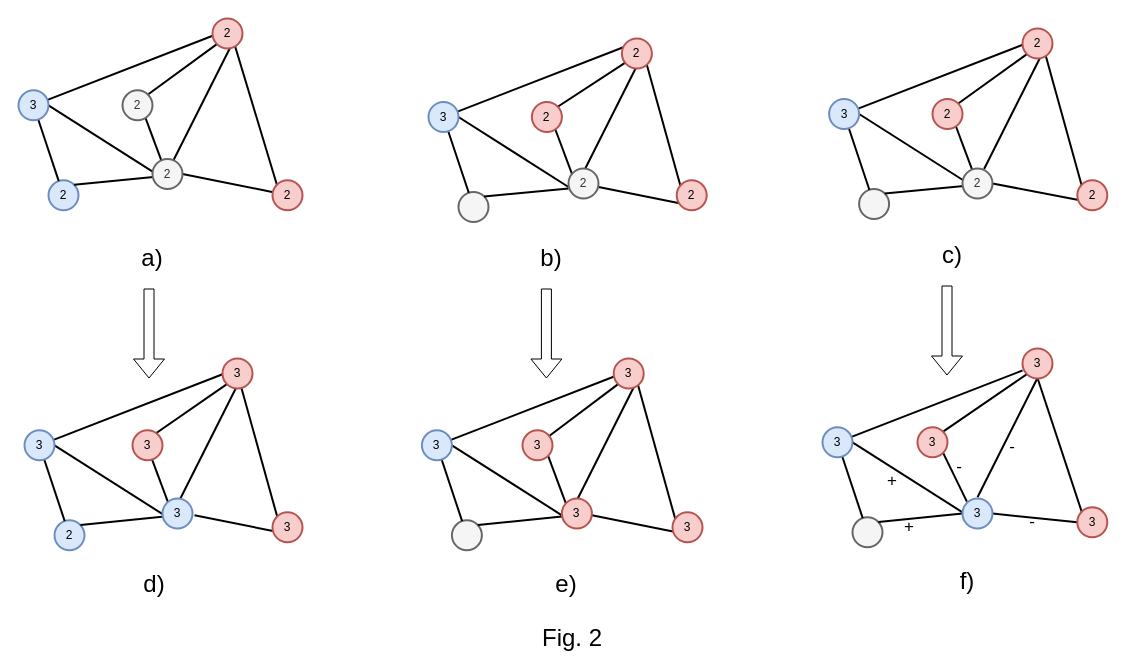
Earlier version of the draw.io diagram page "第 6 页" (6 of 7) of attention embedding.drawio (zjtone/RL-Note). Source tidied: cells renumbered, new cells numbered last; positions are measured from the earlier drawing's top-left corner, leaving out a move shared by most shapes. Both pictures are drawn from the tidied source at 100%, with x=0, y=0 at pixel (18, 18).
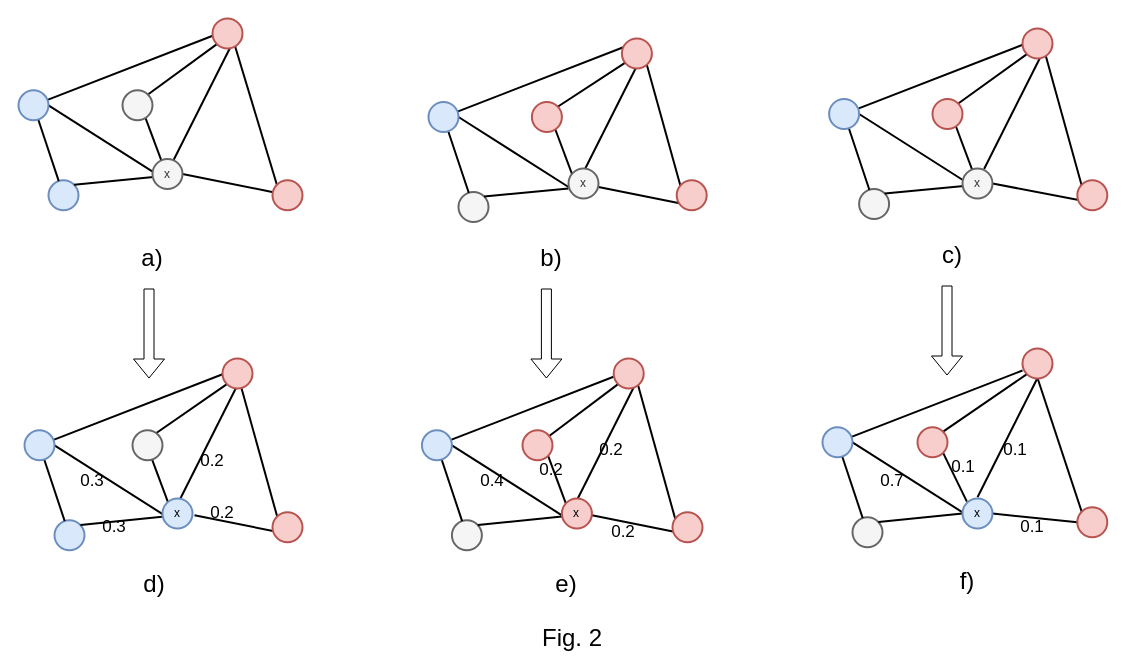
Above is the later version.

What changed in the source:
```diff
@@
-    <mxCell id="2" value="2" style="ellipse;whiteSpace=wrap;html=1;fillColor=#dae8fc;strokeColor=#6c8ebf;strokeWidth=2;" parent="1" vertex="1">
+    <mxCell id="2" style="ellipse;whiteSpace=wrap;html=1;fillColor=#dae8fc;strokeColor=#6c8ebf;strokeWidth=2;" parent="1" vertex="1">
       <mxGeometry x="30" y="161.8" width="30" height="30" as="geometry" />
     </mxCell>
@@
-    <mxCell id="6" value="3" style="ellipse;whiteSpace=wrap;html=1;fillColor=#dae8fc;strokeColor=#6c8ebf;strokeWidth=2;" parent="1" vertex="1">
+    <mxCell id="6" style="ellipse;whiteSpace=wrap;html=1;fillColor=#dae8fc;strokeColor=#6c8ebf;strokeWidth=2;" parent="1" vertex="1">
       <mxGeometry y="71.8" width="30" height="30" as="geometry" />
     </mxCell>
@@
-    <mxCell id="18" value="3" style="ellipse;whiteSpace=wrap;html=1;fillColor=#dae8fc;strokeColor=#6c8ebf;strokeWidth=2;" parent="1" vertex="1">
+    <mxCell id="18" style="ellipse;whiteSpace=wrap;html=1;fillColor=#dae8fc;strokeColor=#6c8ebf;strokeWidth=2;" parent="1" vertex="1">
       <mxGeometry x="410" y="83.5" width="30" height="30" as="geometry" />
     </mxCell>
@@
-    <mxCell id="26" value="2" style="ellipse;whiteSpace=wrap;html=1;fillColor=#dae8fc;strokeColor=#6c8ebf;strokeWidth=2;" parent="1" vertex="1">
+    <mxCell id="26" style="ellipse;whiteSpace=wrap;html=1;fillColor=#dae8fc;strokeColor=#6c8ebf;strokeWidth=2;" parent="1" vertex="1">
       <mxGeometry x="36" y="501.8" width="30" height="30" as="geometry" />
     </mxCell>
@@
-    <mxCell id="30" value="3" style="ellipse;whiteSpace=wrap;html=1;fillColor=#dae8fc;strokeColor=#6c8ebf;strokeWidth=2;" parent="1" vertex="1">
+    <mxCell id="30" style="ellipse;whiteSpace=wrap;html=1;fillColor=#dae8fc;strokeColor=#6c8ebf;strokeWidth=2;" parent="1" vertex="1">
       <mxGeometry x="6" y="411.8" width="30" height="30" as="geometry" />
     </mxCell>
@@
-    <mxCell id="42" value="3" style="ellipse;whiteSpace=wrap;html=1;fillColor=#dae8fc;strokeColor=#6c8ebf;strokeWidth=2;" parent="1" vertex="1">
+    <mxCell id="42" style="ellipse;whiteSpace=wrap;html=1;fillColor=#dae8fc;strokeColor=#6c8ebf;strokeWidth=2;" parent="1" vertex="1">
       <mxGeometry x="403.4" y="411.8" width="30" height="30" as="geometry" />
     </mxCell>
@@
-    <mxCell id="61" value="3" style="ellipse;whiteSpace=wrap;html=1;fillColor=#dae8fc;strokeColor=#6c8ebf;strokeWidth=2;" parent="1" vertex="1">
+    <mxCell id="61" style="ellipse;whiteSpace=wrap;html=1;fillColor=#dae8fc;strokeColor=#6c8ebf;strokeWidth=2;" parent="1" vertex="1">
       <mxGeometry x="810.6" y="80.5" width="30" height="30" as="geometry" />
     </mxCell>
@@
-    <mxCell id="73" value="3" style="ellipse;whiteSpace=wrap;html=1;fillColor=#dae8fc;strokeColor=#6c8ebf;strokeWidth=2;" parent="1" vertex="1">
+    <mxCell id="73" style="ellipse;whiteSpace=wrap;html=1;fillColor=#dae8fc;strokeColor=#6c8ebf;strokeWidth=2;" parent="1" vertex="1">
       <mxGeometry x="804" y="408.8" width="30" height="30" as="geometry" />
     </mxCell>
@@
-    <mxCell id="84" value="+" style="text;html=1;align=center;verticalAlign=middle;whiteSpace=wrap;rounded=0;fontSize=17;" parent="1" vertex="1">
+    <mxCell id="84" value="0.7" style="text;html=1;align=center;verticalAlign=middle;whiteSpace=wrap;rounded=0;fontSize=17;" parent="1" vertex="1">
       <mxGeometry x="854" y="453" width="40" height="20" as="geometry" />
     </mxCell>
-    <mxCell id="85" value="+" style="text;html=1;align=center;verticalAlign=middle;whiteSpace=wrap;rounded=0;fontSize=17;" parent="1" vertex="1">
-      <mxGeometry x="870.6" y="498.8" width="40" height="20" as="geometry" />
-    </mxCell>
-    <mxCell id="86" value="-" style="text;html=1;align=center;verticalAlign=middle;whiteSpace=wrap;rounded=0;fontSize=17;" parent="1" vertex="1">
-      <mxGeometry x="920.6" y="438.8" width="40" height="20" as="geometry" />
+    <mxCell id="86" value="0.1" style="text;html=1;align=center;verticalAlign=middle;whiteSpace=wrap;rounded=0;fontSize=17;" parent="1" vertex="1">
+      <mxGeometry x="924.6" y="438.8" width="40" height="20" as="geometry" />
     </mxCell>
-    <mxCell id="87" value="-" style="text;html=1;align=center;verticalAlign=middle;whiteSpace=wrap;rounded=0;fontSize=17;" parent="1" vertex="1">
-      <mxGeometry x="974" y="418.8" width="40" height="20" as="geometry" />
+    <mxCell id="87" value="0.1" style="text;html=1;align=center;verticalAlign=middle;whiteSpace=wrap;rounded=0;fontSize=17;" parent="1" vertex="1">
+      <mxGeometry x="977" y="421.8" width="40" height="20" as="geometry" />
     </mxCell>
-    <mxCell id="88" value="-" style="text;html=1;align=center;verticalAlign=middle;whiteSpace=wrap;rounded=0;fontSize=17;" parent="1" vertex="1">
-      <mxGeometry x="994" y="493.8" width="40" height="20" as="geometry" />
+    <mxCell id="88" value="0.1" style="text;html=1;align=center;verticalAlign=middle;whiteSpace=wrap;rounded=0;fontSize=17;" parent="1" vertex="1">
+      <mxGeometry x="994" y="498.8" width="40" height="20" as="geometry" />
     </mxCell>
-    <mxCell id="89" value="2" style="ellipse;whiteSpace=wrap;html=1;fillColor=#f8cecc;strokeColor=#b85450;strokeWidth=2;" parent="1" vertex="1">
+    <mxCell id="89" style="ellipse;whiteSpace=wrap;html=1;fillColor=#f8cecc;strokeColor=#b85450;strokeWidth=2;" parent="1" vertex="1">
       <mxGeometry x="194" width="30" height="30" as="geometry" />
     </mxCell>
-    <mxCell id="90" value="2" style="ellipse;whiteSpace=wrap;html=1;fillColor=#f5f5f5;strokeColor=#666666;strokeWidth=2;fontColor=#333333;" parent="1" vertex="1">
+    <mxCell id="90" style="ellipse;whiteSpace=wrap;html=1;fillColor=#f5f5f5;strokeColor=#666666;strokeWidth=2;fontColor=#333333;" parent="1" vertex="1">
       <mxGeometry x="104" y="71.8" width="30" height="30" as="geometry" />
     </mxCell>
-    <mxCell id="91" value="2" style="ellipse;whiteSpace=wrap;html=1;fillColor=#f5f5f5;strokeColor=#666666;strokeWidth=2;fontColor=#333333;" parent="1" vertex="1">
+    <mxCell id="91" value="x" style="ellipse;whiteSpace=wrap;html=1;fillColor=#f5f5f5;strokeColor=#666666;strokeWidth=2;fontColor=#333333;" parent="1" vertex="1">
       <mxGeometry x="134" y="140.5" width="30" height="30" as="geometry" />
     </mxCell>
-    <mxCell id="92" value="2" style="ellipse;whiteSpace=wrap;html=1;fillColor=#f8cecc;strokeColor=#b85450;strokeWidth=2;" parent="1" vertex="1">
+    <mxCell id="92" style="ellipse;whiteSpace=wrap;html=1;fillColor=#f8cecc;strokeColor=#b85450;strokeWidth=2;" parent="1" vertex="1">
       <mxGeometry x="254" y="161.8" width="30" height="30" as="geometry" />
     </mxCell>
-    <mxCell id="93" value="2" style="ellipse;whiteSpace=wrap;html=1;fillColor=#f5f5f5;strokeColor=#666666;strokeWidth=2;fontColor=#333333;" parent="1" vertex="1">
+    <mxCell id="93" value="x" style="ellipse;whiteSpace=wrap;html=1;fillColor=#f5f5f5;strokeColor=#666666;strokeWidth=2;fontColor=#333333;" parent="1" vertex="1">
       <mxGeometry x="550" y="150" width="30" height="30" as="geometry" />
     </mxCell>
-    <mxCell id="94" value="2" style="ellipse;whiteSpace=wrap;html=1;fillColor=#f8cecc;strokeColor=#b85450;strokeWidth=2;" parent="1" vertex="1">
+    <mxCell id="94" style="ellipse;whiteSpace=wrap;html=1;fillColor=#f8cecc;strokeColor=#b85450;strokeWidth=2;" parent="1" vertex="1">
       <mxGeometry x="658.2" y="161.8" width="30" height="30" as="geometry" />
     </mxCell>
-    <mxCell id="95" value="2" style="ellipse;whiteSpace=wrap;html=1;fillColor=#f8cecc;strokeColor=#b85450;strokeWidth=2;" parent="1" vertex="1">
+    <mxCell id="95" style="ellipse;whiteSpace=wrap;html=1;fillColor=#f8cecc;strokeColor=#b85450;strokeWidth=2;" parent="1" vertex="1">
       <mxGeometry x="603.4" y="20" width="30" height="30" as="geometry" />
     </mxCell>
-    <mxCell id="96" value="2" style="ellipse;whiteSpace=wrap;html=1;fillColor=#f8cecc;strokeColor=#b85450;strokeWidth=2;" parent="1" vertex="1">
+    <mxCell id="96" style="ellipse;whiteSpace=wrap;html=1;fillColor=#f8cecc;strokeColor=#b85450;strokeWidth=2;" parent="1" vertex="1">
       <mxGeometry x="513.4" y="83.5" width="30" height="30" as="geometry" />
     </mxCell>
-    <mxCell id="97" value="2" style="ellipse;whiteSpace=wrap;html=1;fillColor=#f8cecc;strokeColor=#b85450;strokeWidth=2;" parent="1" vertex="1">
+    <mxCell id="97" style="ellipse;whiteSpace=wrap;html=1;fillColor=#f8cecc;strokeColor=#b85450;strokeWidth=2;" parent="1" vertex="1">
       <mxGeometry x="1058.8" y="161.8" width="30" height="30" as="geometry" />
     </mxCell>
-    <mxCell id="98" value="2" style="ellipse;whiteSpace=wrap;html=1;fillColor=#f5f5f5;strokeColor=#666666;strokeWidth=2;fontColor=#333333;" parent="1" vertex="1">
+    <mxCell id="98" value="x" style="ellipse;whiteSpace=wrap;html=1;fillColor=#f5f5f5;strokeColor=#666666;strokeWidth=2;fontColor=#333333;" parent="1" vertex="1">
       <mxGeometry x="944" y="150" width="30" height="30" as="geometry" />
     </mxCell>
-    <mxCell id="99" value="2" style="ellipse;whiteSpace=wrap;html=1;fillColor=#f8cecc;strokeColor=#b85450;strokeWidth=2;" parent="1" vertex="1">
+    <mxCell id="99" style="ellipse;whiteSpace=wrap;html=1;fillColor=#f8cecc;strokeColor=#b85450;strokeWidth=2;" parent="1" vertex="1">
       <mxGeometry x="914" y="80.5" width="30" height="30" as="geometry" />
     </mxCell>
-    <mxCell id="100" value="2" style="ellipse;whiteSpace=wrap;html=1;fillColor=#f8cecc;strokeColor=#b85450;strokeWidth=2;" parent="1" vertex="1">
+    <mxCell id="100" style="ellipse;whiteSpace=wrap;html=1;fillColor=#f8cecc;strokeColor=#b85450;strokeWidth=2;" parent="1" vertex="1">
       <mxGeometry x="1004" y="10" width="30" height="30" as="geometry" />
     </mxCell>
-    <mxCell id="101" value="3" style="ellipse;whiteSpace=wrap;html=1;fillColor=#f8cecc;strokeColor=#b85450;strokeWidth=2;" parent="1" vertex="1">
+    <mxCell id="101" style="ellipse;whiteSpace=wrap;html=1;fillColor=#f8cecc;strokeColor=#b85450;strokeWidth=2;" parent="1" vertex="1">
       <mxGeometry x="204" y="340" width="30" height="30" as="geometry" />
     </mxCell>
-    <mxCell id="102" value="3" style="ellipse;whiteSpace=wrap;html=1;fillColor=#dae8fc;strokeColor=#6c8ebf;strokeWidth=2;" parent="1" vertex="1">
+    <mxCell id="102" value="x" style="ellipse;whiteSpace=wrap;html=1;fillColor=#dae8fc;strokeColor=#6c8ebf;strokeWidth=2;" parent="1" vertex="1">
       <mxGeometry x="144" y="480" width="30" height="30" as="geometry" />
     </mxCell>
-    <mxCell id="103" value="3" style="ellipse;whiteSpace=wrap;html=1;fillColor=#f8cecc;strokeColor=#b85450;strokeWidth=2;" parent="1" vertex="1">
+    <mxCell id="103" style="ellipse;whiteSpace=wrap;html=1;fillColor=#f8cecc;strokeColor=#b85450;strokeWidth=2;" parent="1" vertex="1">
       <mxGeometry x="254" y="493.8" width="30" height="30" as="geometry" />
     </mxCell>
-    <mxCell id="104" value="3" style="ellipse;whiteSpace=wrap;html=1;fillColor=#f8cecc;strokeColor=#b85450;strokeWidth=2;" parent="1" vertex="1">
+    <mxCell id="104" style="ellipse;whiteSpace=wrap;html=1;fillColor=#f5f5f5;strokeColor=#666666;strokeWidth=2;fontColor=#333333;" parent="1" vertex="1">
       <mxGeometry x="114" y="411.8" width="30" height="30" as="geometry" />
     </mxCell>
-    <mxCell id="105" value="3" style="ellipse;whiteSpace=wrap;html=1;fillColor=#f8cecc;strokeColor=#b85450;strokeWidth=2;" parent="1" vertex="1">
+    <mxCell id="105" style="ellipse;whiteSpace=wrap;html=1;fillColor=#f8cecc;strokeColor=#b85450;strokeWidth=2;" parent="1" vertex="1">
       <mxGeometry x="654" y="493.8" width="30" height="30" as="geometry" />
     </mxCell>
-    <mxCell id="106" value="3" style="ellipse;whiteSpace=wrap;html=1;fillColor=#f8cecc;strokeColor=#b85450;strokeWidth=2;" parent="1" vertex="1">
+    <mxCell id="106" style="ellipse;whiteSpace=wrap;html=1;fillColor=#f8cecc;strokeColor=#b85450;strokeWidth=2;" parent="1" vertex="1">
       <mxGeometry x="504" y="411.8" width="30" height="30" as="geometry" />
     </mxCell>
-    <mxCell id="107" value="3" style="ellipse;whiteSpace=wrap;html=1;fillColor=#f8cecc;strokeColor=#b85450;strokeWidth=2;" parent="1" vertex="1">
+    <mxCell id="107" value="x" style="ellipse;whiteSpace=wrap;html=1;fillColor=#f8cecc;strokeColor=#b85450;strokeWidth=2;" parent="1" vertex="1">
       <mxGeometry x="543.4" y="480" width="30" height="30" as="geometry" />
     </mxCell>
-    <mxCell id="108" value="3" style="ellipse;whiteSpace=wrap;html=1;fillColor=#f8cecc;strokeColor=#b85450;strokeWidth=2;" parent="1" vertex="1">
+    <mxCell id="108" style="ellipse;whiteSpace=wrap;html=1;fillColor=#f8cecc;strokeColor=#b85450;strokeWidth=2;" parent="1" vertex="1">
       <mxGeometry x="595.2" y="340" width="30" height="30" as="geometry" />
     </mxCell>
-    <mxCell id="109" value="3" style="ellipse;whiteSpace=wrap;html=1;fillColor=#f8cecc;strokeColor=#b85450;strokeWidth=2;" parent="1" vertex="1">
+    <mxCell id="109" style="ellipse;whiteSpace=wrap;html=1;fillColor=#f8cecc;strokeColor=#b85450;strokeWidth=2;" parent="1" vertex="1">
       <mxGeometry x="1058.8" y="488.8" width="30" height="30" as="geometry" />
     </mxCell>
-    <mxCell id="110" value="3" style="ellipse;whiteSpace=wrap;html=1;fillColor=#f8cecc;strokeColor=#b85450;strokeWidth=2;" parent="1" vertex="1">
+    <mxCell id="110" style="ellipse;whiteSpace=wrap;html=1;fillColor=#f8cecc;strokeColor=#b85450;strokeWidth=2;" parent="1" vertex="1">
       <mxGeometry x="899" y="408.8" width="30" height="30" as="geometry" />
     </mxCell>
-    <mxCell id="111" value="3" style="ellipse;whiteSpace=wrap;html=1;fillColor=#dae8fc;strokeColor=#6c8ebf;strokeWidth=2;" parent="1" vertex="1">
+    <mxCell id="111" value="x" style="ellipse;whiteSpace=wrap;html=1;fillColor=#dae8fc;strokeColor=#6c8ebf;strokeWidth=2;" parent="1" vertex="1">
       <mxGeometry x="944" y="480" width="30" height="30" as="geometry" />
     </mxCell>
-    <mxCell id="112" value="3" style="ellipse;whiteSpace=wrap;html=1;fillColor=#f8cecc;strokeColor=#b85450;strokeWidth=2;" parent="1" vertex="1">
+    <mxCell id="112" style="ellipse;whiteSpace=wrap;html=1;fillColor=#f8cecc;strokeColor=#b85450;strokeWidth=2;" parent="1" vertex="1">
       <mxGeometry x="1004" y="330" width="30" height="30" as="geometry" />
     </mxCell>
+    <mxCell id="113" value="0.3" style="text;html=1;align=center;verticalAlign=middle;whiteSpace=wrap;rounded=0;fontSize=17;" parent="1" vertex="1">
+      <mxGeometry x="54" y="453" width="40" height="20" as="geometry" />
+    </mxCell>
+    <mxCell id="114" value="0.3" style="text;html=1;align=center;verticalAlign=middle;whiteSpace=wrap;rounded=0;fontSize=17;" parent="1" vertex="1">
+      <mxGeometry x="76" y="498.8" width="40" height="20" as="geometry" />
+    </mxCell>
+    <mxCell id="115" value="0.2" style="text;html=1;align=center;verticalAlign=middle;whiteSpace=wrap;rounded=0;fontSize=17;" parent="1" vertex="1">
+      <mxGeometry x="184" y="485" width="40" height="20" as="geometry" />
+    </mxCell>
+    <mxCell id="116" value="0.2" style="text;html=1;align=center;verticalAlign=middle;whiteSpace=wrap;rounded=0;fontSize=17;" parent="1" vertex="1">
+      <mxGeometry x="174" y="433" width="40" height="20" as="geometry" />
+    </mxCell>
+    <mxCell id="117" value="0.2" style="text;html=1;align=center;verticalAlign=middle;whiteSpace=wrap;rounded=0;fontSize=17;" parent="1" vertex="1">
+      <mxGeometry x="585.2" y="503.8" width="40" height="20" as="geometry" />
+    </mxCell>
+    <mxCell id="118" value="0.2" style="text;html=1;align=center;verticalAlign=middle;whiteSpace=wrap;rounded=0;fontSize=17;" parent="1" vertex="1">
+      <mxGeometry x="573.4" y="421.8" width="40" height="20" as="geometry" />
+    </mxCell>
+    <mxCell id="119" value="0.2" style="text;html=1;align=center;verticalAlign=middle;whiteSpace=wrap;rounded=0;fontSize=17;" parent="1" vertex="1">
+      <mxGeometry x="513.4" y="441.8" width="40" height="20" as="geometry" />
+    </mxCell>
+    <mxCell id="120" value="0.4" style="text;html=1;align=center;verticalAlign=middle;whiteSpace=wrap;rounded=0;fontSize=17;" parent="1" vertex="1">
+      <mxGeometry x="454" y="453" width="40" height="20" as="geometry" />
+    </mxCell>
```
